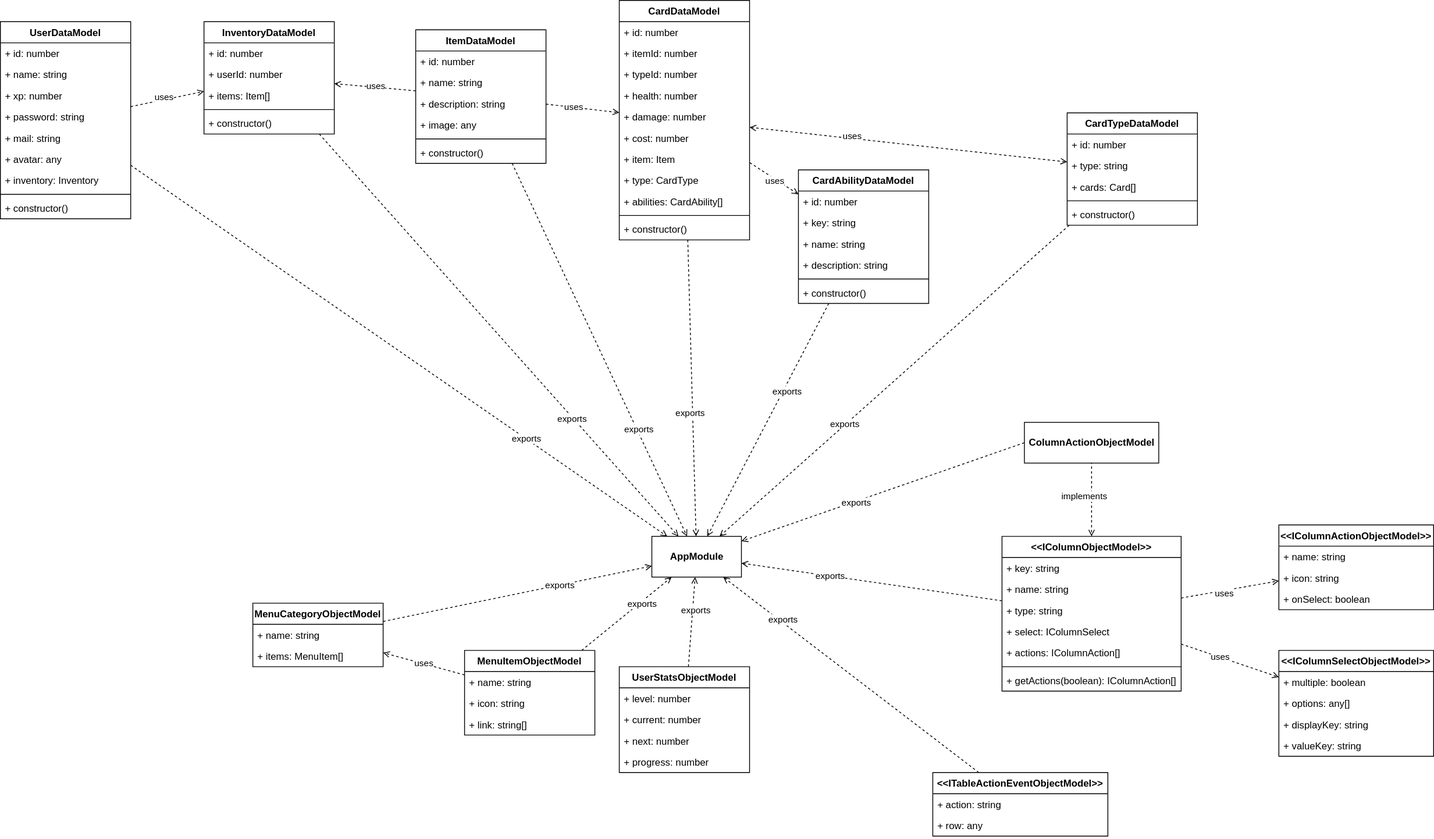
This is diagrams/models_class_diagram.drawio.svg from i3ene/decksterous, a draw.io export, as it was before one commit. Source tidied: cells renumbered, new cells last; positions are measured from the earlier drawing's top-left corner, leaving out a move shared by most shapes.
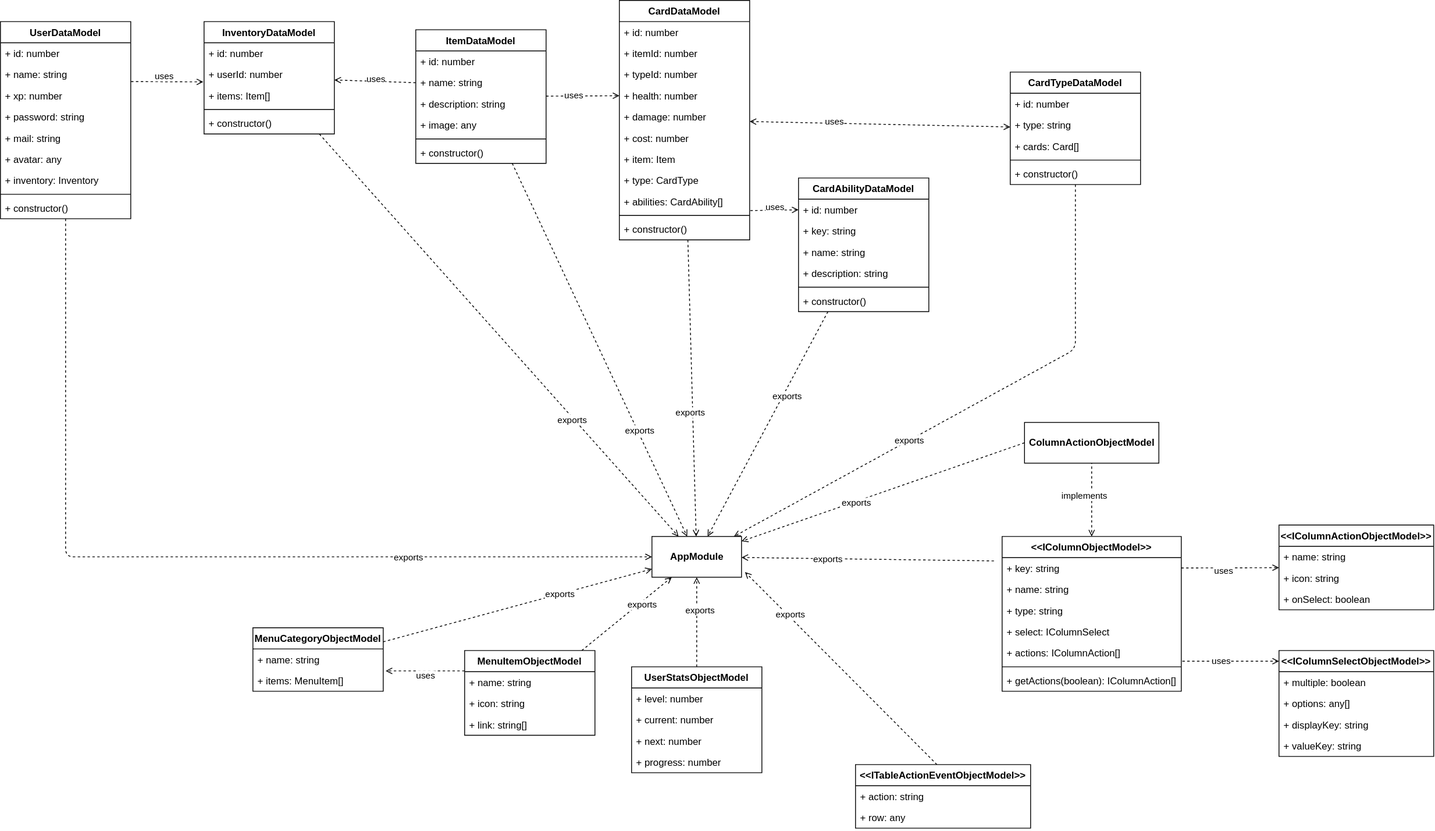
After the commit.

Commit message:
adjusted arrows

Change to the diagram source:
```diff
@@ -1,4 +1,4 @@
-<mxGraphModel background="#ffffff">
+<mxGraphModel background="#FFFFFF">
   <root>
     <mxCell id="0" />
     <mxCell id="1" parent="0" />
@@ -96,7 +96,7 @@
       <mxGeometry y="268" width="160" height="26" as="geometry" />
     </mxCell>
     <mxCell id="33" value="CardTypeDataModel" style="swimlane;fontStyle=1;align=center;verticalAlign=top;horizontal=1;startSize=26;" parent="1" vertex="1">
-      <mxGeometry x="1310" y="138" width="160" height="138" as="geometry" />
+      <mxGeometry x="1240" y="88" width="160" height="138" as="geometry" />
     </mxCell>
     <mxCell id="34" value="+ id: number" style="text;strokeColor=none;fillColor=none;align=left;verticalAlign=top;spacingLeft=4;spacingRight=4;overflow=hidden;" parent="33" vertex="1">
       <mxGeometry y="26" width="160" height="26" as="geometry" />
@@ -120,7 +120,7 @@
       <mxGeometry x="-0.36" y="3" relative="1" as="geometry" />
     </mxCell>
     <mxCell id="41" value="CardAbilityDataModel" style="swimlane;fontStyle=1;align=center;verticalAlign=top;horizontal=1;startSize=26;" parent="1" vertex="1">
-      <mxGeometry x="980" y="208" width="160" height="164" as="geometry" />
+      <mxGeometry x="980" y="218" width="160" height="164" as="geometry" />
     </mxCell>
     <mxCell id="42" value="+ id: number" style="text;strokeColor=none;fillColor=none;align=left;verticalAlign=top;spacingLeft=4;spacingRight=4;overflow=hidden;points=[[0,0.5],[1,0.5]];portConstraint=eastwest;" parent="41" vertex="1">
       <mxGeometry y="26" width="160" height="26" as="geometry" />
@@ -140,7 +140,7 @@
     <mxCell id="47" value="+ constructor()" style="text;strokeColor=none;fillColor=none;align=left;verticalAlign=top;spacingLeft=4;spacingRight=4;overflow=hidden;" parent="41" vertex="1">
       <mxGeometry y="138" width="160" height="26" as="geometry" />
     </mxCell>
-    <mxCell id="48" style="edgeStyle=none;html=1;dashed=1;startArrow=open;startFill=0;endArrow=none;endFill=0;" parent="1" edge="1" source="41" target="21">
+    <mxCell id="48" style="edgeStyle=none;html=1;dashed=1;startArrow=open;startFill=0;endArrow=none;endFill=0;entryX=1;entryY=0.923;entryDx=0;entryDy=0;entryPerimeter=0;exitX=0;exitY=0.5;exitDx=0;exitDy=0;" parent="1" edge="1" source="42" target="30">
       <mxGeometry relative="1" as="geometry" />
     </mxCell>
     <mxCell id="49" value="uses" style="edgeLabel;html=1;align=center;verticalAlign=middle;" parent="48" vertex="1">
@@ -148,7 +148,7 @@
         <mxPoint x="-10" y="-5" as="offset" />
       </mxGeometry>
     </mxCell>
-    <mxCell id="50" style="edgeStyle=none;html=1;dashed=1;startArrow=none;startFill=0;endArrow=open;endFill=0;" parent="1" edge="1" source="13" target="21">
+    <mxCell id="50" style="edgeStyle=none;html=1;dashed=1;startArrow=none;startFill=0;endArrow=open;endFill=0;entryX=0;entryY=0.5;entryDx=0;entryDy=0;" parent="1" edge="1" source="13" target="25">
       <mxGeometry relative="1" as="geometry" />
     </mxCell>
     <mxCell id="51" value="uses" style="edgeLabel;html=1;align=center;verticalAlign=middle;" parent="50" vertex="1">
@@ -172,7 +172,7 @@
     <mxCell id="57" value="+ constructor()" style="text;strokeColor=none;fillColor=none;align=left;verticalAlign=top;spacingLeft=4;spacingRight=4;overflow=hidden;" parent="52" vertex="1">
       <mxGeometry y="112" width="160" height="26" as="geometry" />
     </mxCell>
-    <mxCell id="58" style="edgeStyle=none;html=1;dashed=1;startArrow=none;startFill=0;endArrow=open;endFill=0;" parent="1" edge="1" source="3" target="52">
+    <mxCell id="58" style="edgeStyle=none;html=1;dashed=1;startArrow=none;startFill=0;endArrow=open;endFill=0;exitX=1.002;exitY=-0.167;exitDx=0;exitDy=0;exitPerimeter=0;entryX=-0.006;entryY=0.846;entryDx=0;entryDy=0;entryPerimeter=0;" parent="1" edge="1" source="6" target="54">
       <mxGeometry relative="1" as="geometry" />
     </mxCell>
     <mxCell id="59" value="uses" style="edgeLabel;html=1;align=center;verticalAlign=middle;" parent="58" vertex="1">
@@ -180,7 +180,7 @@
         <mxPoint x="16" y="-5" as="offset" />
       </mxGeometry>
     </mxCell>
-    <mxCell id="60" style="edgeStyle=none;html=1;dashed=1;startArrow=none;startFill=0;endArrow=open;endFill=0;" parent="1" edge="1" source="13" target="52">
+    <mxCell id="60" style="edgeStyle=none;html=1;dashed=1;startArrow=none;startFill=0;endArrow=open;endFill=0;exitX=0;exitY=0.5;exitDx=0;exitDy=0;" parent="1" edge="1" source="16" target="52">
       <mxGeometry relative="1" as="geometry" />
     </mxCell>
     <mxCell id="61" value="uses" style="edgeLabel;html=1;align=center;verticalAlign=middle;" parent="60" vertex="1">
@@ -189,7 +189,11 @@
       </mxGeometry>
     </mxCell>
     <mxCell id="62" style="edgeStyle=none;html=1;dashed=1;startArrow=none;startFill=0;endArrow=open;endFill=0;" parent="1" edge="1" source="3" target="2">
-      <mxGeometry relative="1" as="geometry" />
+      <mxGeometry relative="1" as="geometry">
+        <Array as="points">
+          <mxPoint x="80" y="683" />
+        </Array>
+      </mxGeometry>
     </mxCell>
     <mxCell id="63" value="exports" style="edgeLabel;html=1;align=center;verticalAlign=middle;" parent="62" vertex="1">
       <mxGeometry x="0.47" relative="1" as="geometry">
@@ -223,7 +227,11 @@
       </mxGeometry>
     </mxCell>
     <mxCell id="72" style="edgeStyle=none;html=1;dashed=1;startArrow=none;startFill=0;endArrow=open;endFill=0;" parent="1" edge="1" source="33" target="2">
-      <mxGeometry relative="1" as="geometry" />
+      <mxGeometry relative="1" as="geometry">
+        <Array as="points">
+          <mxPoint x="1320" y="428" />
+        </Array>
+      </mxGeometry>
     </mxCell>
     <mxCell id="73" value="exports" style="edgeLabel;html=1;align=center;verticalAlign=middle;" parent="72" vertex="1">
       <mxGeometry x="0.28" y="-1" relative="1" as="geometry">
@@ -237,7 +245,7 @@
       <mxGeometry x="0.31" relative="1" as="geometry" />
     </mxCell>
     <mxCell id="76" value="MenuCategoryObjectModel" style="swimlane;fontStyle=1;horizontal=1;startSize=26;" parent="1" vertex="1">
-      <mxGeometry x="310" y="740" width="160" height="78" as="geometry" />
+      <mxGeometry x="310" y="770" width="160" height="78" as="geometry" />
     </mxCell>
     <mxCell id="77" value="+ name: string" style="text;strokeColor=none;fillColor=none;align=left;verticalAlign=top;spacingLeft=4;spacingRight=4;overflow=hidden;" parent="76" vertex="1">
       <mxGeometry y="26" width="160" height="26" as="geometry" />
@@ -263,7 +271,7 @@
     <mxCell id="84" value="+ link: string[]" style="text;strokeColor=none;fillColor=none;align=left;verticalAlign=top;spacingLeft=4;spacingRight=4;overflow=hidden;" parent="81" vertex="1">
       <mxGeometry y="78" width="160" height="26" as="geometry" />
     </mxCell>
-    <mxCell id="85" style="edgeStyle=none;html=1;dashed=1;startArrow=none;startFill=0;endArrow=open;endFill=0;" parent="1" edge="1" source="81" target="76">
+    <mxCell id="85" style="edgeStyle=none;html=1;dashed=1;startArrow=none;startFill=0;endArrow=open;endFill=0;exitX=0;exitY=0.24;exitDx=0;exitDy=0;exitPerimeter=0;entryX=1.019;entryY=0.038;entryDx=0;entryDy=0;entryPerimeter=0;" parent="1" edge="1" source="81" target="78">
       <mxGeometry relative="1" as="geometry" />
     </mxCell>
     <mxCell id="86" value="uses" style="edgeLabel;html=1;align=center;verticalAlign=middle;" parent="85" vertex="1">
@@ -278,7 +286,7 @@
       <mxGeometry x="0.27" y="-3" relative="1" as="geometry" />
     </mxCell>
     <mxCell id="89" value="UserStatsObjectModel" style="swimlane;fontStyle=1;horizontal=1;startSize=26;" parent="1" vertex="1">
-      <mxGeometry x="760" y="818" width="160" height="130" as="geometry" />
+      <mxGeometry x="775" y="818" width="160" height="130" as="geometry" />
     </mxCell>
     <mxCell id="90" value="+ level: number" style="text;strokeColor=none;fillColor=none;align=left;verticalAlign=top;spacingLeft=4;spacingRight=4;overflow=hidden;" parent="89" vertex="1">
       <mxGeometry y="26" width="160" height="26" as="geometry" />
@@ -343,13 +351,13 @@
     <mxCell id="110" value="+ onSelect: boolean" style="text;strokeColor=none;fillColor=none;align=left;verticalAlign=top;spacingLeft=4;spacingRight=4;overflow=hidden;" parent="107" vertex="1">
       <mxGeometry y="78" width="190" height="26" as="geometry" />
     </mxCell>
-    <mxCell id="111" style="edgeStyle=none;html=1;dashed=1;startArrow=none;startFill=0;endArrow=open;endFill=0;" parent="1" edge="1" source="94" target="107">
+    <mxCell id="111" style="edgeStyle=none;html=1;dashed=1;startArrow=none;startFill=0;endArrow=open;endFill=0;" parent="1" edge="1" source="95" target="107">
       <mxGeometry relative="1" as="geometry" />
     </mxCell>
     <mxCell id="112" value="uses" style="edgeLabel;html=1;align=center;verticalAlign=middle;" parent="111" vertex="1">
       <mxGeometry x="-0.14" y="-3" relative="1" as="geometry" />
     </mxCell>
-    <mxCell id="113" style="edgeStyle=none;html=1;dashed=1;startArrow=none;startFill=0;endArrow=open;endFill=0;" parent="1" edge="1" source="94" target="102">
+    <mxCell id="113" style="edgeStyle=none;html=1;dashed=1;startArrow=none;startFill=0;endArrow=open;endFill=0;exitX=1.006;exitY=0.89;exitDx=0;exitDy=0;exitPerimeter=0;entryX=0;entryY=0.101;entryDx=0;entryDy=0;entryPerimeter=0;" parent="1" edge="1" source="99" target="102">
       <mxGeometry relative="1" as="geometry" />
     </mxCell>
     <mxCell id="114" value="uses" style="edgeLabel;html=1;align=center;verticalAlign=middle;" parent="113" vertex="1">
@@ -372,20 +380,24 @@
     <mxCell id="119" value="&lt;b&gt;ColumnActionObjectModel&lt;/b&gt;" style="html=1;" parent="1" vertex="1">
       <mxGeometry x="1257.5" y="518" width="165" height="50" as="geometry" />
     </mxCell>
-    <mxCell id="120" style="edgeStyle=none;html=1;dashed=1;startArrow=none;startFill=0;endArrow=open;endFill=0;" parent="1" edge="1" source="94" target="2">
-      <mxGeometry relative="1" as="geometry" />
+    <mxCell id="120" style="edgeStyle=none;html=1;dashed=1;startArrow=none;startFill=0;endArrow=open;endFill=0;" parent="1" edge="1" target="2">
+      <mxGeometry relative="1" as="geometry">
+        <mxPoint x="1220" y="688" as="sourcePoint" />
+      </mxGeometry>
     </mxCell>
     <mxCell id="121" value="exports" style="edgeLabel;html=1;align=center;verticalAlign=middle;" parent="120" vertex="1">
       <mxGeometry x="0.32" relative="1" as="geometry" />
     </mxCell>
-    <mxCell id="122" style="edgeStyle=none;html=1;dashed=1;startArrow=none;startFill=0;endArrow=open;endFill=0;" parent="1" edge="1" source="124" target="2">
-      <mxGeometry relative="1" as="geometry" />
+    <mxCell id="122" style="edgeStyle=none;html=1;dashed=1;startArrow=none;startFill=0;endArrow=open;endFill=0;entryX=1.039;entryY=0.873;entryDx=0;entryDy=0;entryPerimeter=0;" parent="1" edge="1" target="2">
+      <mxGeometry relative="1" as="geometry">
+        <mxPoint x="1150" y="938" as="sourcePoint" />
+      </mxGeometry>
     </mxCell>
     <mxCell id="123" value="exports" style="edgeLabel;html=1;align=center;verticalAlign=middle;" parent="122" vertex="1">
       <mxGeometry x="0.55" y="-3" relative="1" as="geometry" />
     </mxCell>
     <mxCell id="124" value="&lt;&lt;ITableActionEventObjectModel&gt;&gt;" style="swimlane;fontStyle=1;horizontal=1;startSize=26;" parent="1" vertex="1">
-      <mxGeometry x="1145" y="948" width="215" height="78" as="geometry" />
+      <mxGeometry x="1050" y="938" width="215" height="78" as="geometry" />
     </mxCell>
     <mxCell id="125" value="+ action: string" style="text;strokeColor=none;fillColor=none;align=left;verticalAlign=top;spacingLeft=4;spacingRight=4;overflow=hidden;" parent="124" vertex="1">
       <mxGeometry y="26" width="215" height="26" as="geometry" />
```
